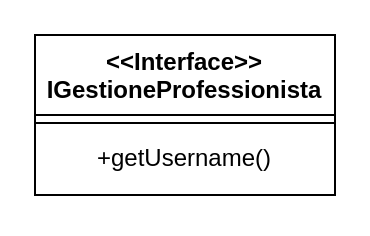
This is uml/GestioneProfessionista Interface.drawio from Iannicc/Pet-Party, a draw.io file, before an edit. Source tidied: cells renumbered, new cells numbered last; positions are measured from the earlier drawing's top-left corner, leaving out a move shared by most shapes. Both pictures are drawn from the tidied source at 200%, with x=0, y=0 at pixel (34, 34).
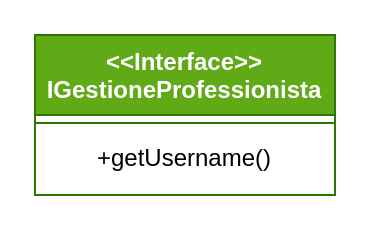
The same diagram, later.

What changed in the source:
```diff
@@
 <mxGraphModel>
   <root>
     <mxCell id="0" />
     <mxCell id="1" parent="0" />
-    <mxCell id="2" value="&lt;div&gt;&amp;lt;&amp;lt;Interface&amp;gt;&amp;gt;&lt;/div&gt;&lt;div&gt;IGestioneProfessionista&lt;br&gt;&lt;/div&gt;" style="swimlane;fontStyle=1;align=center;verticalAlign=top;horizontal=1;startSize=40;whiteSpace=wrap;html=1;" parent="1" vertex="1">
+    <mxCell id="2" value="&lt;div&gt;&amp;lt;&amp;lt;Interface&amp;gt;&amp;gt;&lt;/div&gt;&lt;div&gt;IGestioneProfessionista&lt;br&gt;&lt;/div&gt;" style="swimlane;fontStyle=1;align=center;verticalAlign=top;horizontal=1;startSize=40;whiteSpace=wrap;html=1;fillColor=#60a917;fontColor=#ffffff;strokeColor=#2D7600;" parent="1" vertex="1">
       <mxGeometry width="150" height="80" as="geometry" />
     </mxCell>
     <mxCell id="3" style="line;strokeWidth=1;fillColor=none;align=left;verticalAlign=middle;spacingTop=-1;spacingLeft=3;spacingRight=3;labelPosition=right;strokeColor=inherit;" parent="2" vertex="1">
       <mxGeometry y="40" width="150" height="8" as="geometry" />
     </mxCell>
     <mxCell id="4" value="+getUsername()" style="text;strokeColor=none;fillColor=none;align=center;verticalAlign=top;spacingLeft=4;spacingRight=4;overflow=hidden;whiteSpace=wrap;html=1;" parent="2" vertex="1">
       <mxGeometry y="48" width="150" height="32" as="geometry" />
     </mxCell>
   </root>
 </mxGraphModel>
```
